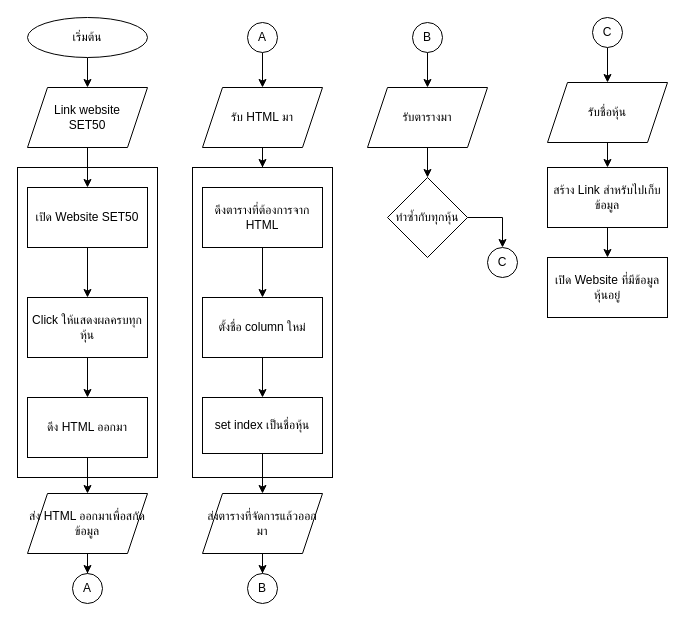
Above: ThaiStock01.drawio in PrasertLoprasert/ThaiStock (draw.io), before the change. Source tidied: cells renumbered, new cells numbered last; positions are measured from the earlier drawing's top-left corner, leaving out a move shared by most shapes. Both pictures are drawn from the tidied source at 100%, with x=0, y=0 at pixel (17, 17).
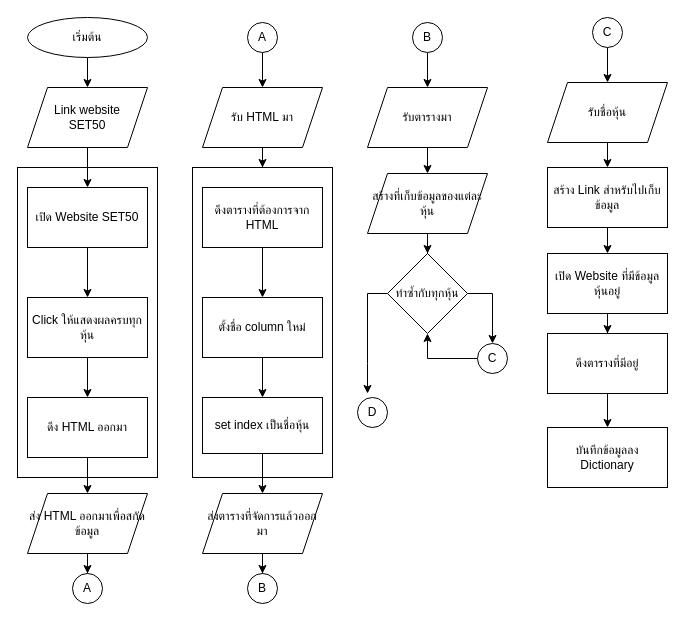
After the change.

Unchanged cells that the change refers to:
```xml
<mxCell id="33" value="รับตารางมา" style="shape=parallelogram;perimeter=parallelogramPerimeter;whiteSpace=wrap;html=1;fixedSize=1;" parent="1" vertex="1">
  <mxGeometry x="350" y="70" width="120" height="60" as="geometry" />
</mxCell>
```

Diff of the diagram source:
```diff
@@
-    <mxCell id="32" style="edgeStyle=orthogonalEdgeStyle;rounded=0;jettySize=auto;html=1;" parent="1" edge="1" source="33" target="35">
-      <mxGeometry relative="1" as="geometry" />
+    <mxCell id="32" style="edgeStyle=orthogonalEdgeStyle;rounded=0;jettySize=auto;html=1;" parent="1" edge="1" source="33" target="48">
+      <mxGeometry relative="1" as="geometry">
+        <Array as="points">
+          <mxPoint x="410" y="176" />
+          <mxPoint x="410" y="176" />
+        </Array>
+      </mxGeometry>
     </mxCell>
@@
+    <mxCell id="44" style="edgeStyle=orthogonalEdgeStyle;rounded=0;jettySize=auto;html=1;" parent="1" edge="1" source="35">
+      <mxGeometry relative="1" as="geometry">
+        <mxPoint x="350" y="376" as="targetPoint" />
+      </mxGeometry>
+    </mxCell>
     <mxCell id="35" value="ทำซ้ำกับทุกหุ้น" style="rhombus;whiteSpace=wrap;html=1;" parent="1" vertex="1">
-      <mxGeometry x="370" y="160" width="80" height="80" as="geometry" />
+      <mxGeometry x="370" y="236" width="80" height="80" as="geometry" />
     </mxCell>
+    <mxCell id="45" style="edgeStyle=orthogonalEdgeStyle;rounded=0;jettySize=auto;html=1;" parent="1" edge="1" source="36" target="35">
+      <mxGeometry relative="1" as="geometry" />
+    </mxCell>
     <mxCell id="36" value="C" style="ellipse;whiteSpace=wrap;html=1;direction=south;" parent="1" vertex="1">
-      <mxGeometry x="470" y="230" width="30" height="30" as="geometry" />
+      <mxGeometry x="460" y="326" width="30" height="30" as="geometry" />
     </mxCell>
@@
+    <mxCell id="46" style="edgeStyle=orthogonalEdgeStyle;rounded=0;jettySize=auto;html=1;" parent="1" edge="1" source="43" target="51">
+      <mxGeometry relative="1" as="geometry" />
+    </mxCell>
     <mxCell id="43" value="เปิด Website ที่มีข้อมูลหุ้นอยู่" style="whiteSpace=wrap;html=1;" parent="1" vertex="1">
-      <mxGeometry x="530" y="240" width="120" height="60" as="geometry" />
+      <mxGeometry x="530" y="236" width="120" height="60" as="geometry" />
     </mxCell>
+    <mxCell id="47" style="edgeStyle=orthogonalEdgeStyle;rounded=0;jettySize=auto;html=1;" parent="1" edge="1" source="48" target="35">
+      <mxGeometry relative="1" as="geometry" />
+    </mxCell>
+    <mxCell id="48" value="สร้างที่เก็บข้อมูลของแต่ละหุ้น" style="shape=parallelogram;perimeter=parallelogramPerimeter;whiteSpace=wrap;html=1;fixedSize=1;" parent="1" vertex="1">
+      <mxGeometry x="350" y="156" width="120" height="60" as="geometry" />
+    </mxCell>
+    <mxCell id="49" value="D" style="ellipse;whiteSpace=wrap;html=1;direction=south;" parent="1" vertex="1">
+      <mxGeometry x="340" y="380" width="30" height="30" as="geometry" />
+    </mxCell>
+    <mxCell id="50" style="edgeStyle=orthogonalEdgeStyle;rounded=0;jettySize=auto;html=1;" parent="1" edge="1" source="51" target="52">
+      <mxGeometry relative="1" as="geometry" />
+    </mxCell>
+    <mxCell id="51" value="ดึงตารางที่มีอยู่" style="whiteSpace=wrap;html=1;" parent="1" vertex="1">
+      <mxGeometry x="530" y="316" width="120" height="60" as="geometry" />
+    </mxCell>
+    <mxCell id="52" value="บันทึกข้อมูลลง Dictionary" style="whiteSpace=wrap;html=1;" parent="1" vertex="1">
+      <mxGeometry x="530" y="410" width="120" height="60" as="geometry" />
+    </mxCell>
```
